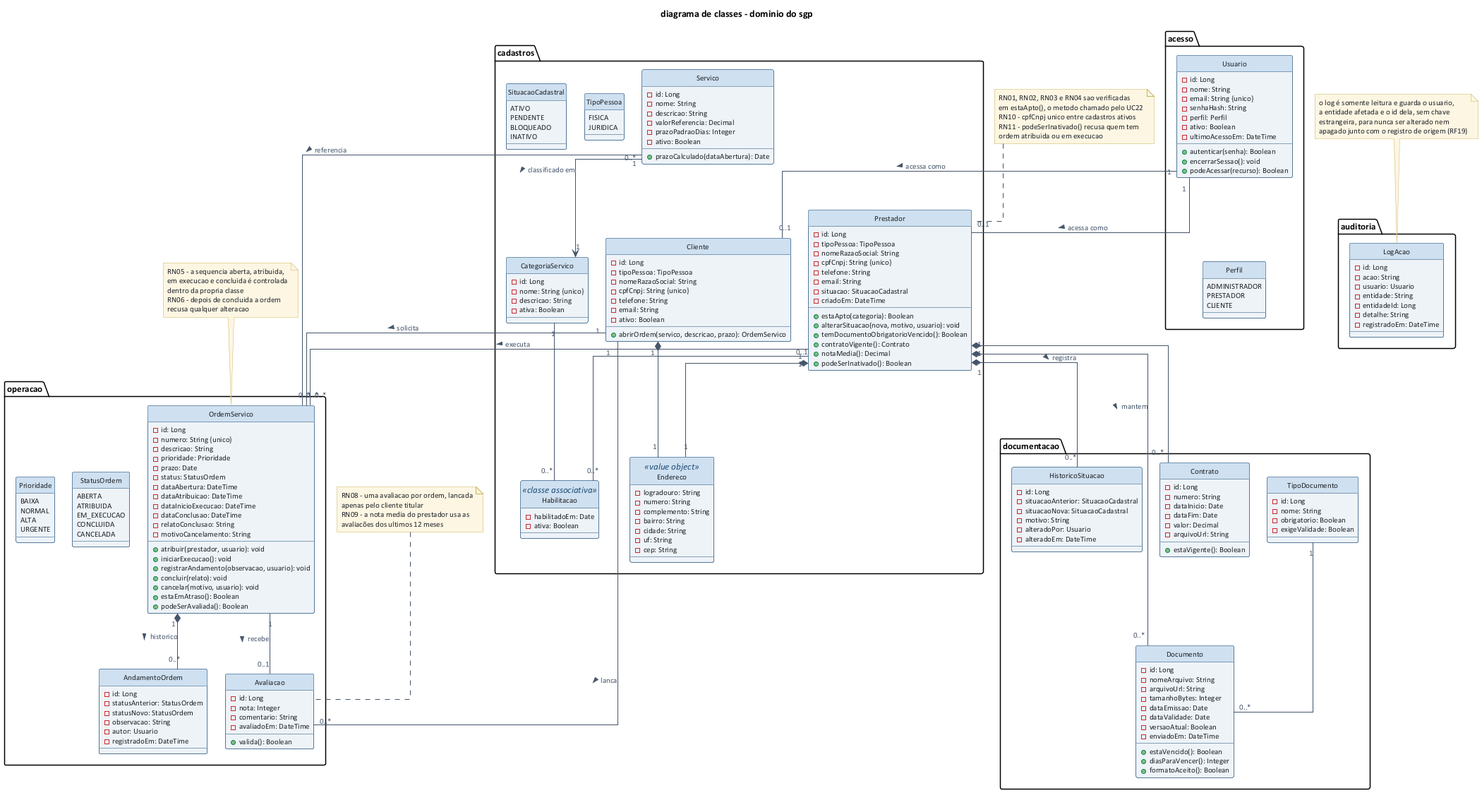
Above: diagramas/diagrama-de-classes.png in igorschiniegoski/Atividade-Sabine (PlantUML), before the change. The source it was exported from:
```plantuml
@startuml diagrama-de-classes
!include _estilo.puml
skinparam ranksep 45
skinparam nodesep 25
skinparam linetype ortho
hide circle

title diagrama de classes - dominio do sgp

package "acesso" {
  class Usuario {
    -id: Long
    -nome: String
    -email: String {unico}
    -senhaHash: String
    -perfil: Perfil
    -ativo: Boolean
    -ultimoAcessoEm: DateTime
    +autenticar(senha): Boolean
    +encerrarSessao(): void
    +podeAcessar(recurso): Boolean
  }
  enum Perfil {
    ADMINISTRADOR
    PRESTADOR
    CLIENTE
  }
}

package "cadastros" {
  class Prestador {
    -id: Long
    -tipoPessoa: TipoPessoa
    -nomeRazaoSocial: String
    -cpfCnpj: String {unico}
    -telefone: String
    -email: String
    -situacao: SituacaoCadastral
    -criadoEm: DateTime
    +estaApto(categoria): Boolean
    +alterarSituacao(nova, motivo, usuario): void
    +temDocumentoObrigatorioVencido(): Boolean
    +contratoVigente(): Contrato
    +notaMedia(): Decimal
    +podeSerInativado(): Boolean
  }
  class Cliente {
    -id: Long
    -tipoPessoa: TipoPessoa
    -nomeRazaoSocial: String
    -cpfCnpj: String {unico}
    -telefone: String
    -email: String
    -ativo: Boolean
    +abrirOrdem(servico, descricao, prazo): OrdemServico
  }
  class Endereco <<value object>> {
    -logradouro: String
    -numero: String
    -complemento: String
    -bairro: String
    -cidade: String
    -uf: String
    -cep: String
  }
  class CategoriaServico {
    -id: Long
    -nome: String {unico}
    -descricao: String
    -ativa: Boolean
  }
  class Servico {
    -id: Long
    -nome: String
    -descricao: String
    -valorReferencia: Decimal
    -prazoPadraoDias: Integer
    -ativo: Boolean
    +prazoCalculado(dataAbertura): Date
  }
  class Habilitacao <<classe associativa>> {
    -habilitadoEm: Date
    -ativa: Boolean
  }
  enum TipoPessoa {
    FISICA
    JURIDICA
  }
  enum SituacaoCadastral {
    ATIVO
    PENDENTE
    BLOQUEADO
    INATIVO
  }
}

package "documentacao" {
  class TipoDocumento {
    -id: Long
    -nome: String
    -obrigatorio: Boolean
    -exigeValidade: Boolean
  }
  class Documento {
    -id: Long
    -nomeArquivo: String
    -arquivoUrl: String
    -tamanhoBytes: Integer
    -dataEmissao: Date
    -dataValidade: Date
    -versaoAtual: Boolean
    -enviadoEm: DateTime
    +estaVencido(): Boolean
    +diasParaVencer(): Integer
    +formatoAceito(): Boolean
  }
  class Contrato {
    -id: Long
    -numero: String
    -dataInicio: Date
    -dataFim: Date
    -valor: Decimal
    -arquivoUrl: String
    +estaVigente(): Boolean
  }
  class HistoricoSituacao {
    -id: Long
    -situacaoAnterior: SituacaoCadastral
    -situacaoNova: SituacaoCadastral
    -motivo: String
    -alteradoPor: Usuario
    -alteradoEm: DateTime
  }
}

package "operacao" {
  class OrdemServico {
    -id: Long
    -numero: String {unico}
    -descricao: String
    -prioridade: Prioridade
    -prazo: Date
    -status: StatusOrdem
    -dataAbertura: DateTime
    -dataAtribuicao: DateTime
    -dataInicioExecucao: DateTime
    -dataConclusao: DateTime
    -relatoConclusao: String
    -motivoCancelamento: String
    +atribuir(prestador, usuario): void
    +iniciarExecucao(): void
    +registrarAndamento(observacao, usuario): void
    +concluir(relato): void
    +cancelar(motivo, usuario): void
    +estaEmAtraso(): Boolean
    +podeSerAvaliada(): Boolean
  }
  class AndamentoOrdem {
    -id: Long
    -statusAnterior: StatusOrdem
    -statusNovo: StatusOrdem
    -observacao: String
    -autor: Usuario
    -registradoEm: DateTime
  }
  class Avaliacao {
    -id: Long
    -nota: Integer
    -comentario: String
    -avaliadoEm: DateTime
    +valida(): Boolean
  }
  enum StatusOrdem {
    ABERTA
    ATRIBUIDA
    EM_EXECUCAO
    CONCLUIDA
    CANCELADA
  }
  enum Prioridade {
    BAIXA
    NORMAL
    ALTA
    URGENTE
  }
}

package "auditoria" {
  class LogAcao {
    -id: Long
    -acao: String
    -usuario: Usuario
    -entidade: String
    -entidadeId: Long
    -detalhe: String
    -registradoEm: DateTime
  }
}

Usuario "1" -- "0..1" Prestador : acessa como >
Usuario "1" -- "0..1" Cliente : acessa como >
Usuario -[hidden]- Perfil

Prestador "1" *-- "1" Endereco
Cliente "1" *-- "1" Endereco

Prestador "1" -- "0..*" Habilitacao
CategoriaServico "1" -- "0..*" Habilitacao
Servico "0..*" --> "1" CategoriaServico : classificado em >

Prestador "1" *-- "0..*" Documento : mantem >
TipoDocumento "1" -- "0..*" Documento
Prestador "1" *-- "0..*" Contrato
Prestador "1" *-- "0..*" HistoricoSituacao : registra >

Cliente "1" -- "0..*" OrdemServico : solicita >
Servico "1" -- "0..*" OrdemServico : referencia >
Prestador "0..1" -- "0..*" OrdemServico : executa >
OrdemServico "1" *-- "0..*" AndamentoOrdem : historico >
OrdemServico "1" -- "0..1" Avaliacao : recebe >
Cliente "1" -- "0..*" Avaliacao : lanca >

note as NOS
  RN05 - a sequencia aberta, atribuida,
  em execucao e concluida é controlada
  dentro da propria classe
  RN06 - depois de concluida a ordem
  recusa qualquer alteracao
end note

note as NAV
  RN08 - uma avaliacao por ordem, lancada
  apenas pelo cliente titular
  RN09 - a nota media do prestador usa as
  avaliacões dos ultimos 12 meses
end note

note as NPRE
  RN01, RN02, RN03 e RN04 sao verificadas
  em estaApto(), o metodo chamado pelo UC22
  RN10 - cpfCnpj unico entre cadastros ativos
  RN11 - podeSerInativado() recusa quem tem
  ordem atribuida ou em execucao
end note

NPRE .. Prestador
NOS .. OrdemServico
NAV .. Avaliacao

note as NLOG
  o log é somente leitura e guarda o usuario,
  a entidade afetada e o id dela, sem chave
  estrangeira, para nunca ser alterado nem
  apagado junto com o registro de origem (RF19)
end note
NLOG .. LogAcao

@enduml
```
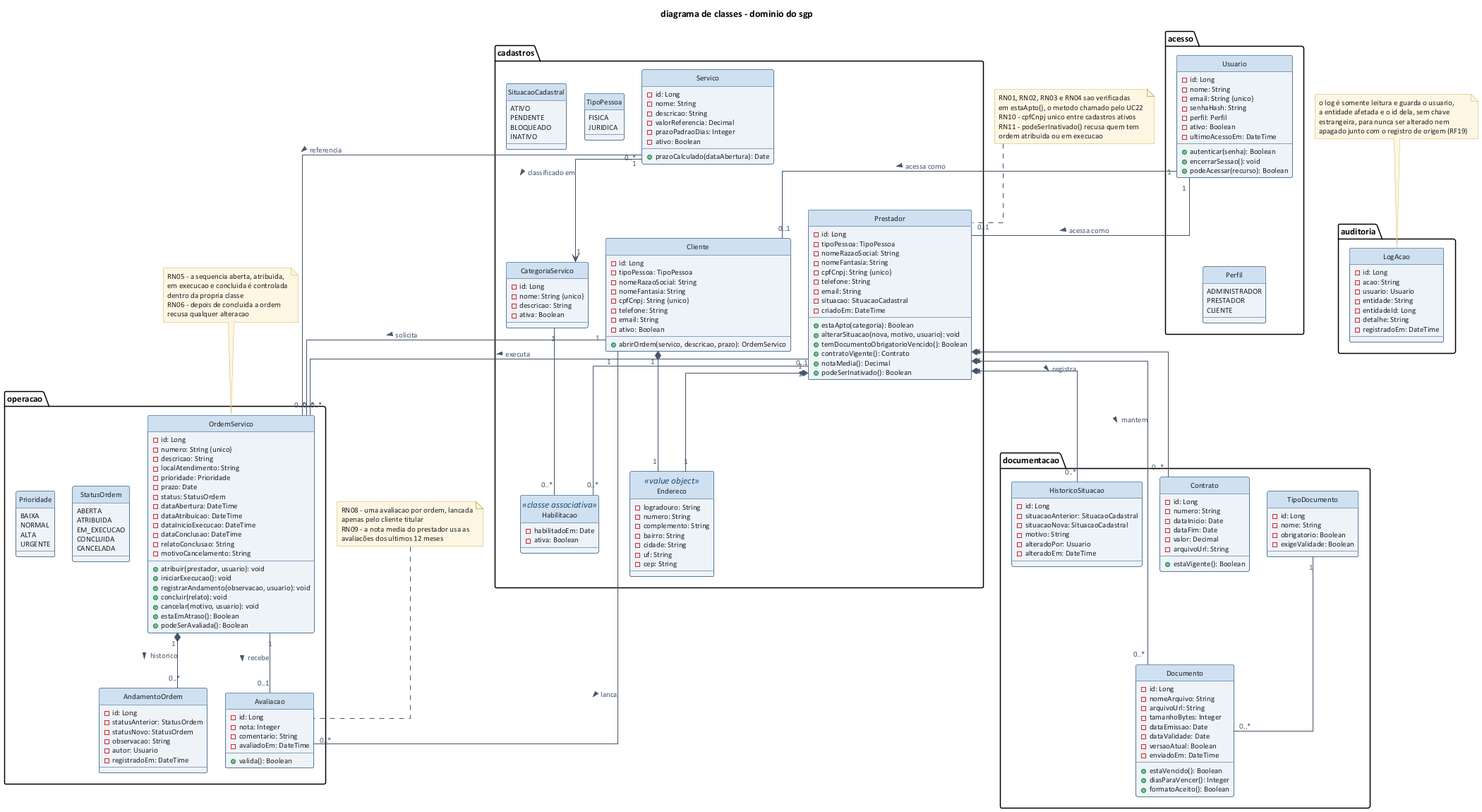
Later version of the same file.

What changed in the source:
```diff
@@ -32,6 +32,7 @@
     -id: Long
     -tipoPessoa: TipoPessoa
     -nomeRazaoSocial: String
+    -nomeFantasia: String
     -cpfCnpj: String {unico}
     -telefone: String
     -email: String
@@ -48,6 +49,7 @@
     -id: Long
     -tipoPessoa: TipoPessoa
     -nomeRazaoSocial: String
+    -nomeFantasia: String
     -cpfCnpj: String {unico}
     -telefone: String
     -email: String
@@ -138,6 +140,7 @@
     -id: Long
     -numero: String {unico}
     -descricao: String
+    -localAtendimento: String
     -prioridade: Prioridade
     -prazo: Date
     -status: StatusOrdem
```
